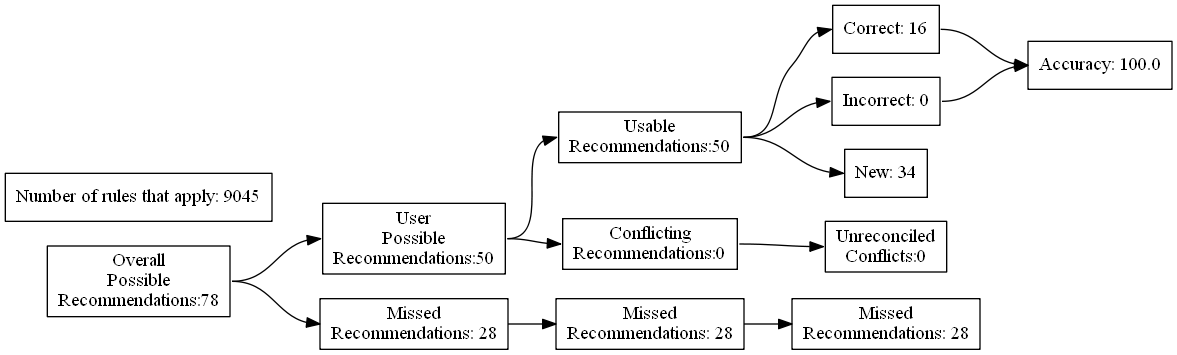
ZaxR/ibd_diet_analysis keeps this Graphviz diagram as test_renders/82.gv.png. Above is the earlier version. Its source is kept beside it as test_renders/82.gv.
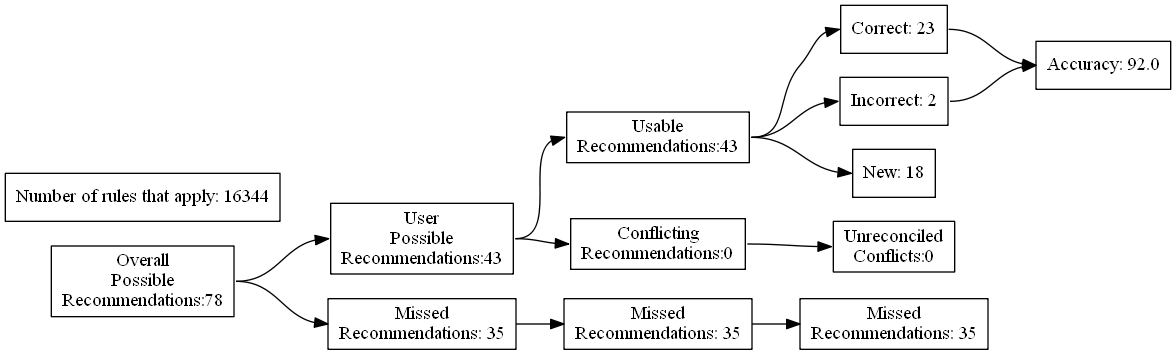
Later version of the same file.

Diff of the diagram source:
```diff
@@ -7,24 +7,24 @@
 Recommendations:78"]
 		B [label="User
 Possible
-Recommendations:50"]
+Recommendations:43"]
 		C [label="Missed
-Recommendations: 28"]
+Recommendations: 35"]
 		D [label="Usable
-Recommendations:50"]
+Recommendations:43"]
 		E [label="Conflicting
 Recommendations:0"]
 		J [label="Missed
-Recommendations: 28"]
+Recommendations: 35"]
 		M [label="Unreconciled
 Conflicts:0"]
-		F [label="Correct: 16"]
-		G [label="Incorrect: 0"]
-		H [label="New: 34"]
+		F [label="Correct: 23"]
+		G [label="Incorrect: 2"]
+		H [label="New: 18"]
 		K [label="Missed
-Recommendations: 28"]
-		I [label="Accuracy: 100.0"]
-		l [label="Number of rules that apply: 9045"]
+Recommendations: 35"]
+		I [label="Accuracy: 92.0"]
+		l [label="Number of rules that apply: 16344"]
 			A -> B
 			A -> C
 			B -> D
```
